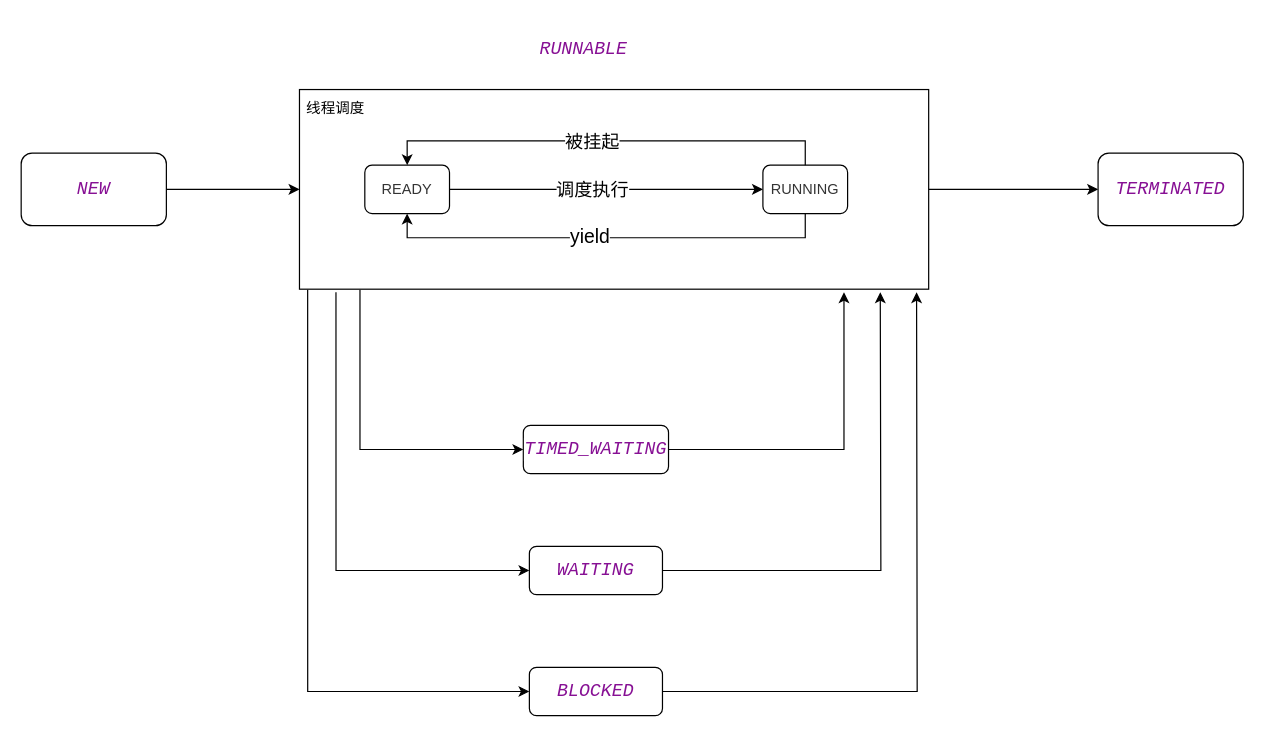
The draw.io diagram 未命名绘图.drawio in yitu32/draw, before the edit. Source tidied: cells renumbered, new cells numbered last; positions are measured from the earlier drawing's top-left corner, leaving out a move shared by most shapes. Both pictures are drawn from the tidied source at 121%, with x=0, y=0 at pixel (21, 38).
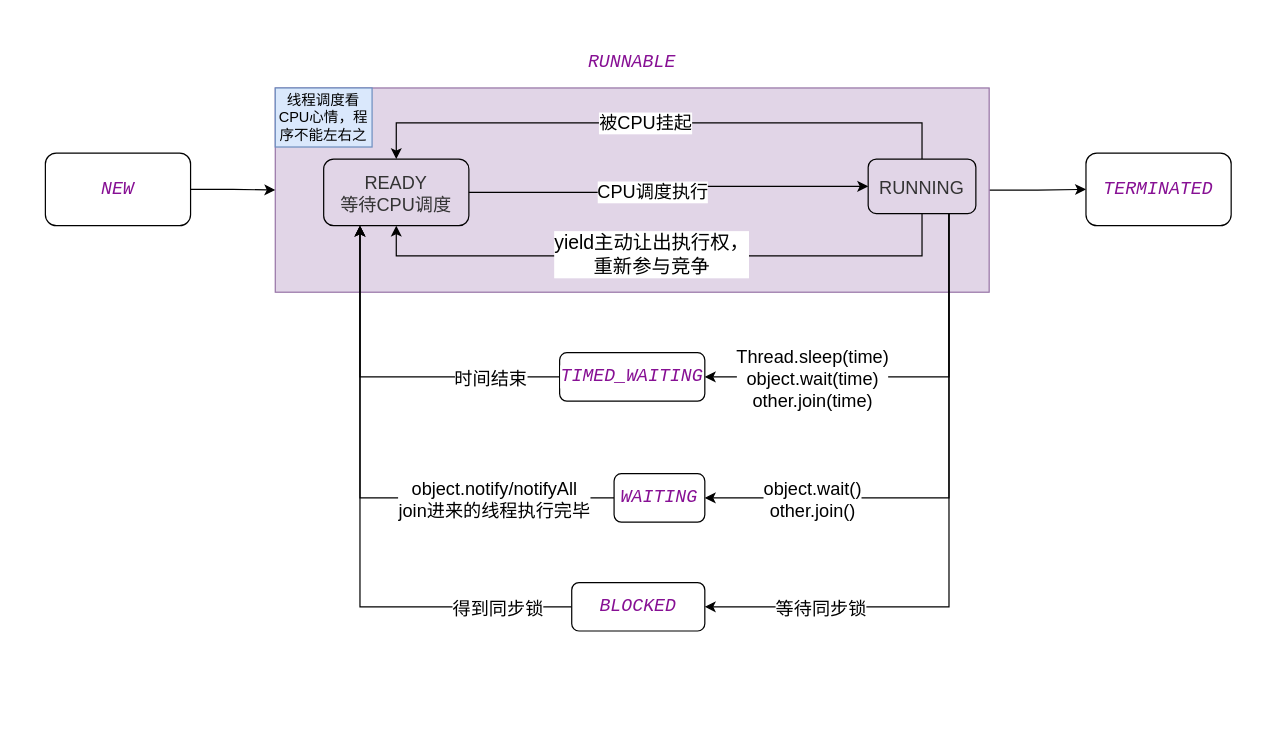
The same diagram, later.

Commit message:
Update 未命名绘图.drawio

The change refers to these unchanged cells:
```xml
<mxCell id="18" style="edgeStyle=orthogonalEdgeStyle;rounded=0;jettySize=auto;html=1;exitX=1;exitY=0.5;exitDx=0;exitDy=0;entryX=0;entryY=0.5;entryDx=0;entryDy=0;" parent="1" edge="1" source="20" target="25">
  <mxGeometry relative="1" as="geometry" />
</mxCell>
```

Change to the diagram source:
```diff
@@
-    <mxCell id="3" style="edgeStyle=orthogonalEdgeStyle;rounded=0;jettySize=auto;html=1;entryX=0;entryY=0.5;entryDx=0;entryDy=0;" parent="1" edge="1" target="12">
-      <mxGeometry relative="1" as="geometry">
-        <mxPoint x="280" y="210" as="sourcePoint" />
-        <Array as="points">
-          <mxPoint x="280" y="208" />
-          <mxPoint x="280" y="340" />
-        </Array>
-      </mxGeometry>
-    </mxCell>
-    <mxCell id="4" style="edgeStyle=orthogonalEdgeStyle;rounded=0;jettySize=auto;html=1;exitX=0.058;exitY=1.015;exitDx=0;exitDy=0;entryX=0;entryY=0.5;entryDx=0;entryDy=0;exitPerimeter=0;" parent="1" edge="1" source="6" target="14">
-      <mxGeometry relative="1" as="geometry">
-        <Array as="points">
-          <mxPoint x="260" y="440" />
-        </Array>
-      </mxGeometry>
-    </mxCell>
-    <mxCell id="5" style="edgeStyle=orthogonalEdgeStyle;rounded=0;jettySize=auto;html=1;exitX=0.013;exitY=1.003;exitDx=0;exitDy=0;entryX=0;entryY=0.5;entryDx=0;entryDy=0;exitPerimeter=0;" parent="1" edge="1" source="6" target="16">
-      <mxGeometry relative="1" as="geometry">
-        <Array as="points">
-          <mxPoint x="237" y="540" />
-        </Array>
-      </mxGeometry>
-    </mxCell>
-    <mxCell id="6" style="rounded=0;whiteSpace=wrap;html=1;glass=0;" parent="1" vertex="1">
-      <mxGeometry x="230" y="42.5" width="520" height="165" as="geometry" />
+    <mxCell id="6" style="rounded=0;whiteSpace=wrap;html=1;glass=0;fillColor=#e1d5e7;strokeColor=#9673a6;" parent="1" vertex="1">
+      <mxGeometry x="210" y="41.2" width="590" height="168.8" as="geometry" />
     </mxCell>
@@
     <mxCell id="8" value="&lt;pre style=&quot;background-color:#ffffff;color:#080808;font-family:'Consolas',monospace;font-size:11.3pt;&quot;&gt;&lt;span style=&quot;color:#871094;font-style:italic;&quot;&gt;NEW&lt;/span&gt;&lt;/pre&gt;" style="rounded=1;whiteSpace=wrap;html=1;" parent="1" vertex="1">
-      <mxGeometry y="95" width="120" height="60" as="geometry" />
+      <mxGeometry x="20" y="95" width="120" height="60" as="geometry" />
     </mxCell>
     <mxCell id="9" value="&lt;pre style=&quot;background-color:#ffffff;color:#080808;font-family:'Consolas',monospace;font-size:11.3pt;&quot;&gt;&lt;span style=&quot;color:#871094;font-style:italic;&quot;&gt;TERMINATED&lt;/span&gt;&lt;/pre&gt;" style="rounded=1;whiteSpace=wrap;html=1;" parent="1" vertex="1">
-      <mxGeometry x="890" y="95" width="120" height="60" as="geometry" />
+      <mxGeometry x="880" y="95" width="120" height="60" as="geometry" />
     </mxCell>
     <mxCell id="10" value="&lt;pre style=&quot;background-color:#ffffff;color:#080808;font-family:'Consolas',monospace;font-size:11.3pt;&quot;&gt;&lt;span style=&quot;color:#871094;font-style:italic;&quot;&gt;RUNNABLE&lt;/span&gt;&lt;/pre&gt;" style="text;html=1;strokeColor=none;fillColor=none;align=center;verticalAlign=middle;whiteSpace=wrap;rounded=0;glass=0;" parent="1" vertex="1">
-      <mxGeometry x="420" width="90" height="20" as="geometry" />
+      <mxGeometry x="460" y="10" width="90" height="20" as="geometry" />
     </mxCell>
-    <mxCell id="11" style="edgeStyle=orthogonalEdgeStyle;rounded=0;jettySize=auto;html=1;exitX=1;exitY=0.5;exitDx=0;exitDy=0;" parent="1" edge="1" source="12">
-      <mxGeometry relative="1" as="geometry">
-        <mxPoint x="680" y="210" as="targetPoint" />
-        <Array as="points">
-          <mxPoint x="680" y="340" />
-          <mxPoint x="680" y="212" />
-        </Array>
-      </mxGeometry>
-    </mxCell>
+    <mxCell id="26" style="edgeStyle=orthogonalEdgeStyle;rounded=0;jettySize=auto;html=1;exitX=0;exitY=0.5;exitDx=0;exitDy=0;entryX=0.25;entryY=1;entryDx=0;entryDy=0;fontSize=15;" parent="1" edge="1" source="12" target="20">
+      <mxGeometry relative="1" as="geometry" />
+    </mxCell>
+    <mxCell id="27" value="时间结束" style="edgeLabel;html=1;align=center;verticalAlign=middle;fontSize=15;" parent="26" vertex="1">
+      <mxGeometry x="-0.45" y="-1" relative="1" as="geometry">
+        <mxPoint x="22" y="1" as="offset" />
+      </mxGeometry>
+    </mxCell>
     <mxCell id="12" value="&lt;pre style=&quot;background-color:#ffffff;color:#080808;font-family:'Consolas',monospace;font-size:11.3pt;&quot;&gt;&lt;span style=&quot;color:#871094;font-style:italic;&quot;&gt;TIMED_WAITING&lt;/span&gt;&lt;/pre&gt;" style="rounded=1;whiteSpace=wrap;html=1;glass=0;" parent="1" vertex="1">
-      <mxGeometry x="415" y="320" width="120" height="40" as="geometry" />
+      <mxGeometry x="445" y="260" width="120" height="40" as="geometry" />
     </mxCell>
-    <mxCell id="13" style="edgeStyle=orthogonalEdgeStyle;rounded=0;jettySize=auto;html=1;exitX=1;exitY=0.5;exitDx=0;exitDy=0;" parent="1" edge="1" source="14">
-      <mxGeometry relative="1" as="geometry">
-        <mxPoint x="710" y="210" as="targetPoint" />
-      </mxGeometry>
-    </mxCell>
+    <mxCell id="28" style="edgeStyle=orthogonalEdgeStyle;rounded=0;jettySize=auto;html=1;exitX=0;exitY=0.5;exitDx=0;exitDy=0;entryX=0.25;entryY=1;entryDx=0;entryDy=0;fontSize=15;" parent="1" edge="1" source="14" target="20">
+      <mxGeometry relative="1" as="geometry" />
+    </mxCell>
+    <mxCell id="29" value="object.notify/notifyAll&lt;br&gt;join进来的线程执行完毕" style="edgeLabel;html=1;align=center;verticalAlign=middle;fontSize=15;" parent="28" vertex="1">
+      <mxGeometry x="-0.58" y="1" relative="1" as="geometry">
+        <mxPoint x="-9" y="-1" as="offset" />
+      </mxGeometry>
+    </mxCell>
     <mxCell id="14" value="&lt;pre style=&quot;background-color:#ffffff;color:#080808;font-family:'Consolas',monospace;font-size:11.3pt;&quot;&gt;&lt;span style=&quot;color:#871094;font-style:italic;&quot;&gt;WAITING&lt;/span&gt;&lt;/pre&gt;" style="rounded=1;whiteSpace=wrap;html=1;glass=0;" parent="1" vertex="1">
-      <mxGeometry x="420" y="420" width="110" height="40" as="geometry" />
+      <mxGeometry x="490" y="360" width="75" height="40" as="geometry" />
     </mxCell>
-    <mxCell id="15" style="edgeStyle=orthogonalEdgeStyle;rounded=0;jettySize=auto;html=1;exitX=1;exitY=0.5;exitDx=0;exitDy=0;" parent="1" edge="1" source="16">
-      <mxGeometry relative="1" as="geometry">
-        <mxPoint x="740" y="210" as="targetPoint" />
-      </mxGeometry>
-    </mxCell>
+    <mxCell id="30" style="edgeStyle=orthogonalEdgeStyle;rounded=0;jettySize=auto;html=1;exitX=0;exitY=0.5;exitDx=0;exitDy=0;entryX=0.25;entryY=1;entryDx=0;entryDy=0;fontSize=15;" parent="1" edge="1" source="16" target="20">
+      <mxGeometry relative="1" as="geometry" />
+    </mxCell>
+    <mxCell id="31" value="得到同步锁" style="edgeLabel;html=1;align=center;verticalAlign=middle;fontSize=15;" parent="30" vertex="1">
+      <mxGeometry x="-0.65" y="1" relative="1" as="geometry">
+        <mxPoint x="24" y="-1" as="offset" />
+      </mxGeometry>
+    </mxCell>
     <mxCell id="16" value="&lt;pre style=&quot;background-color:#ffffff;color:#080808;font-family:'Consolas',monospace;font-size:11.3pt;&quot;&gt;&lt;span style=&quot;color:#871094;font-style:italic;&quot;&gt;BLOCKED&lt;/span&gt;&lt;/pre&gt;" style="rounded=1;whiteSpace=wrap;html=1;glass=0;" parent="1" vertex="1">
-      <mxGeometry x="420" y="520" width="110" height="40" as="geometry" />
+      <mxGeometry x="455" y="450" width="110" height="40" as="geometry" />
     </mxCell>
-    <mxCell id="17" value="线程调度" style="text;html=1;strokeColor=none;fillColor=none;align=center;verticalAlign=middle;whiteSpace=wrap;rounded=0;glass=0;" parent="1" vertex="1">
-      <mxGeometry x="230" y="42.5" width="60" height="30" as="geometry" />
+    <mxCell id="17" value="线程调度看CPU心情，程序不能左右之" style="text;html=1;strokeColor=#6c8ebf;fillColor=#dae8fc;align=center;verticalAlign=middle;whiteSpace=wrap;rounded=0;glass=0;" parent="1" vertex="1">
+      <mxGeometry x="210" y="41.2" width="80" height="48.8" as="geometry" />
     </mxCell>
@@
-    <mxCell id="19" value="调度执行" style="edgeLabel;html=1;align=center;verticalAlign=middle;fontSize=15;" parent="18" vertex="1">
+    <mxCell id="19" value="CPU调度执行" style="edgeLabel;html=1;align=center;verticalAlign=middle;fontSize=15;" parent="18" vertex="1">
       <mxGeometry x="-0.1" y="1" relative="1" as="geometry" />
     </mxCell>
-    <mxCell id="20" value="&lt;span style=&quot;color: rgb(51, 51, 51);&quot;&gt;READY&lt;/span&gt;" style="rounded=1;whiteSpace=wrap;html=1;glass=0;fillColor=none;" parent="1" vertex="1">
-      <mxGeometry x="284" y="105" width="70" height="40" as="geometry" />
+    <mxCell id="20" value="&lt;span style=&quot;color: rgb(51, 51, 51); font-size: 15px;&quot;&gt;READY&lt;br style=&quot;font-size: 15px;&quot;&gt;等待CPU调度&lt;br style=&quot;font-size: 15px;&quot;&gt;&lt;/span&gt;" style="rounded=1;whiteSpace=wrap;html=1;glass=0;fillColor=none;fontSize=15;" parent="1" vertex="1">
+      <mxGeometry x="250" y="100" width="120" height="55" as="geometry" />
     </mxCell>
     <mxCell id="21" style="edgeStyle=orthogonalEdgeStyle;rounded=0;jettySize=auto;html=1;exitX=0.5;exitY=0;exitDx=0;exitDy=0;entryX=0.5;entryY=0;entryDx=0;entryDy=0;" parent="1" edge="1" source="25" target="20">
-      <mxGeometry relative="1" as="geometry" />
+      <mxGeometry relative="1" as="geometry">
+        <Array as="points">
+          <mxPoint x="675" y="70" />
+          <mxPoint x="320" y="70" />
+        </Array>
+      </mxGeometry>
     </mxCell>
-    <mxCell id="22" value="&lt;font style=&quot;font-size: 15px;&quot;&gt;被挂起&lt;/font&gt;" style="edgeLabel;html=1;align=center;verticalAlign=middle;" parent="21" vertex="1">
-      <mxGeometry x="0.07" y="-1" relative="1" as="geometry" />
+    <mxCell id="22" value="&lt;font style=&quot;font-size: 15px;&quot;&gt;被CPU挂起&lt;/font&gt;" style="edgeLabel;html=1;align=center;verticalAlign=middle;" parent="21" vertex="1">
+      <mxGeometry x="0.07" y="-1" relative="1" as="geometry">
+        <mxPoint x="6" as="offset" />
+      </mxGeometry>
     </mxCell>
     <mxCell id="23" style="edgeStyle=orthogonalEdgeStyle;rounded=0;jettySize=auto;html=1;exitX=0.5;exitY=1;exitDx=0;exitDy=0;entryX=0.5;entryY=1;entryDx=0;entryDy=0;" parent="1" edge="1" source="25" target="20">
-      <mxGeometry relative="1" as="geometry" />
+      <mxGeometry relative="1" as="geometry">
+        <Array as="points">
+          <mxPoint x="675" y="180" />
+          <mxPoint x="320" y="180" />
+        </Array>
+      </mxGeometry>
     </mxCell>
-    <mxCell id="24" value="yield" style="edgeLabel;html=1;align=center;verticalAlign=middle;fontSize=16;" parent="23" vertex="1">
-      <mxGeometry x="0.08" y="-2" relative="1" as="geometry" />
+    <mxCell id="24" value="yield主动让出执行权，&lt;br&gt;重新参与竞争" style="edgeLabel;html=1;align=center;verticalAlign=middle;fontSize=16;" parent="23" vertex="1">
+      <mxGeometry x="0.08" y="-2" relative="1" as="geometry">
+        <mxPoint x="8" as="offset" />
+      </mxGeometry>
     </mxCell>
+    <mxCell id="32" style="edgeStyle=orthogonalEdgeStyle;rounded=0;jettySize=auto;html=1;exitX=0.75;exitY=1;exitDx=0;exitDy=0;entryX=1;entryY=0.5;entryDx=0;entryDy=0;fontSize=15;" parent="1" edge="1" source="25" target="12">
+      <mxGeometry relative="1" as="geometry" />
+    </mxCell>
+    <mxCell id="33" value="Thread.sleep(time)&lt;br&gt;object.wait(time)&lt;br&gt;other.join(time)" style="edgeLabel;html=1;align=center;verticalAlign=middle;fontSize=15;" parent="32" vertex="1">
+      <mxGeometry x="0.67" y="2" relative="1" as="geometry">
+        <mxPoint x="33" y="-2" as="offset" />
+      </mxGeometry>
+    </mxCell>
+    <mxCell id="34" style="edgeStyle=orthogonalEdgeStyle;rounded=0;jettySize=auto;html=1;exitX=0.75;exitY=1;exitDx=0;exitDy=0;entryX=1;entryY=0.5;entryDx=0;entryDy=0;fontSize=15;" parent="1" edge="1" source="25" target="14">
+      <mxGeometry relative="1" as="geometry" />
+    </mxCell>
+    <mxCell id="35" value="object.wait()&lt;br&gt;other.join()" style="edgeLabel;html=1;align=center;verticalAlign=middle;fontSize=15;" parent="34" vertex="1">
+      <mxGeometry x="0.71" y="1" relative="1" as="geometry">
+        <mxPoint x="25" y="-1" as="offset" />
+      </mxGeometry>
+    </mxCell>
+    <mxCell id="36" style="edgeStyle=orthogonalEdgeStyle;rounded=0;jettySize=auto;html=1;exitX=0.75;exitY=1;exitDx=0;exitDy=0;entryX=1;entryY=0.5;entryDx=0;entryDy=0;fontSize=15;" parent="1" edge="1" source="25" target="16">
+      <mxGeometry relative="1" as="geometry" />
+    </mxCell>
+    <mxCell id="37" value="等待同步锁" style="edgeLabel;html=1;align=center;verticalAlign=middle;fontSize=15;" parent="36" vertex="1">
+      <mxGeometry x="0.71" y="-1" relative="1" as="geometry">
+        <mxPoint x="19" y="1" as="offset" />
+      </mxGeometry>
+    </mxCell>
-    <mxCell id="25" value="&lt;span style=&quot;color: rgb(51, 51, 51);&quot;&gt;RUNNING&lt;/span&gt;" style="rounded=1;whiteSpace=wrap;html=1;glass=0;fillColor=none;" parent="1" vertex="1">
-      <mxGeometry x="613" y="105" width="70" height="40" as="geometry" />
+    <mxCell id="25" value="&lt;span style=&quot;color: rgb(51, 51, 51); font-size: 15px;&quot;&gt;RUNNING&lt;/span&gt;" style="rounded=1;whiteSpace=wrap;html=1;glass=0;fillColor=none;fontSize=15;" parent="1" vertex="1">
+      <mxGeometry x="700" y="100" width="89" height="45" as="geometry" />
     </mxCell>
```
